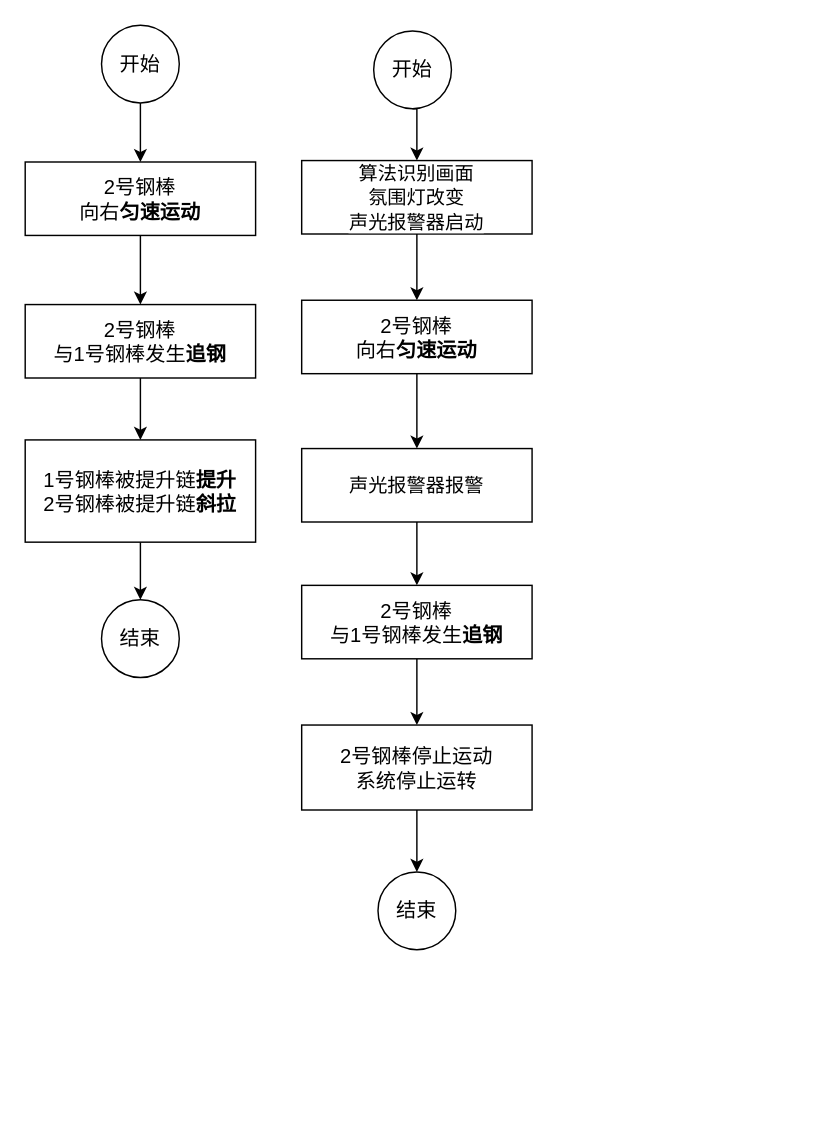
This is Untitled Diagram.drawio from LucasGoodman/draw.io, a draw.io file, before an edit. Source tidied: cells renumbered, new cells numbered last; positions are measured from the earlier drawing's top-left corner, leaving out a move shared by most shapes. Both pictures are drawn from the tidied source at 144%, with x=0, y=0 at pixel (24, 24).
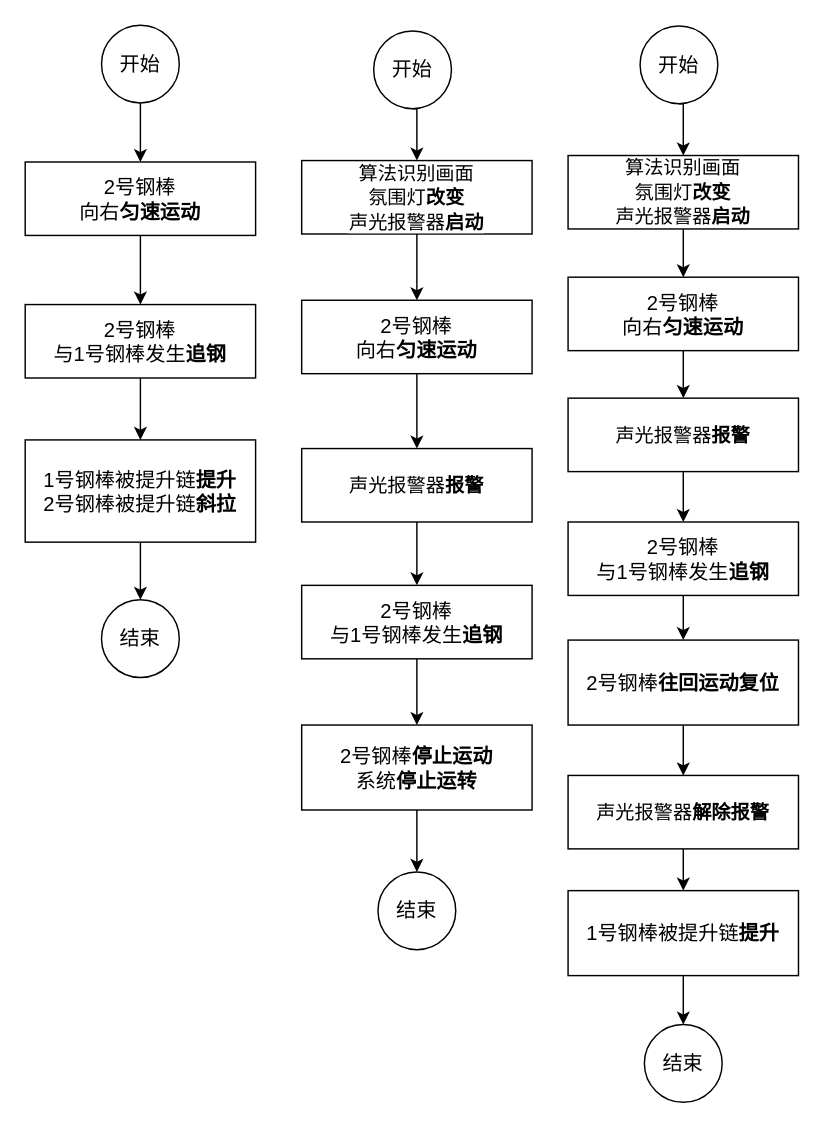
After the change.

The edit, as a diff of the source:
```diff
@@
-    <mxCell id="16" value="2号钢棒停止运动&lt;br&gt;系统停止运转" style="rounded=0;whiteSpace=wrap;html=1;fontSize=14;" parent="1" vertex="1">
+    <mxCell id="16" value="2号钢棒&lt;b&gt;停止运动&lt;/b&gt;&lt;br&gt;系统&lt;b&gt;停止运转&lt;/b&gt;" style="rounded=0;whiteSpace=wrap;html=1;fontSize=14;" parent="1" vertex="1">
       <mxGeometry x="192" y="486" width="160" height="59" as="geometry" />
     </mxCell>
@@
-    <mxCell id="21" value="&lt;span style=&quot;font-family: &amp;#34;arial&amp;#34; ; font-size: 13.3333px ; text-align: left ; background-color: rgb(255 , 255 , 255)&quot;&gt;算法识别画面&lt;br&gt;氛围灯改变&lt;br&gt;声光报警器启动&lt;br&gt;&lt;/span&gt;" style="rounded=0;whiteSpace=wrap;html=1;fontSize=14;" parent="1" vertex="1">
+    <mxCell id="21" value="&lt;span style=&quot;font-family: &amp;#34;arial&amp;#34; ; font-size: 13.3333px ; text-align: left ; background-color: rgb(255 , 255 , 255)&quot;&gt;算法识别画面&lt;br&gt;氛围灯&lt;b&gt;改变&lt;/b&gt;&lt;br&gt;声光报警器&lt;b&gt;启动&lt;/b&gt;&lt;br&gt;&lt;/span&gt;" style="rounded=0;whiteSpace=wrap;html=1;fontSize=14;" parent="1" vertex="1">
       <mxGeometry x="192" y="94" width="160" height="51" as="geometry" />
     </mxCell>
@@
-    <mxCell id="23" value="&lt;div style=&quot;text-align: left&quot;&gt;&lt;font face=&quot;arial&quot;&gt;&lt;span style=&quot;font-size: 13.3333px ; background-color: rgb(255 , 255 , 255)&quot;&gt;声光报警器报警&lt;/span&gt;&lt;/font&gt;&lt;/div&gt;" style="rounded=0;whiteSpace=wrap;html=1;fontSize=14;" parent="1" vertex="1">
+    <mxCell id="23" value="&lt;div style=&quot;text-align: left&quot;&gt;&lt;font face=&quot;arial&quot;&gt;&lt;span style=&quot;font-size: 13.3333px ; background-color: rgb(255 , 255 , 255)&quot;&gt;声光报警器&lt;b&gt;报警&lt;/b&gt;&lt;/span&gt;&lt;/font&gt;&lt;/div&gt;" style="rounded=0;whiteSpace=wrap;html=1;fontSize=14;" parent="1" vertex="1">
       <mxGeometry x="192" y="294" width="160" height="51" as="geometry" />
     </mxCell>
+    <mxCell id="24" style="edgeStyle=orthogonalEdgeStyle;rounded=0;jettySize=auto;html=1;exitX=0.5;exitY=1;exitDx=0;exitDy=0;entryX=0.5;entryY=0;entryDx=0;entryDy=0;fontSize=14;" parent="1" edge="1" source="25" target="36">
+      <mxGeometry relative="1" as="geometry" />
+    </mxCell>
+    <mxCell id="25" value="2号钢棒&lt;br style=&quot;font-size: 14px&quot;&gt;向右&lt;b&gt;匀速运动&lt;/b&gt;" style="rounded=0;whiteSpace=wrap;html=1;fontSize=14;" parent="1" vertex="1">
+      <mxGeometry x="377" y="175" width="160" height="51" as="geometry" />
+    </mxCell>
+    <mxCell id="26" style="edgeStyle=orthogonalEdgeStyle;rounded=0;jettySize=auto;html=1;exitX=0.5;exitY=1;exitDx=0;exitDy=0;entryX=0.5;entryY=0;entryDx=0;entryDy=0;fontSize=14;" parent="1" edge="1" source="27" target="29">
+      <mxGeometry relative="1" as="geometry" />
+    </mxCell>
+    <mxCell id="27" value="2号钢棒&lt;br style=&quot;font-size: 14px&quot;&gt;与1号钢棒发生&lt;b&gt;追钢&lt;/b&gt;" style="rounded=0;whiteSpace=wrap;html=1;fontSize=14;" parent="1" vertex="1">
+      <mxGeometry x="377" y="345" width="160" height="51" as="geometry" />
+    </mxCell>
+    <mxCell id="28" style="edgeStyle=orthogonalEdgeStyle;rounded=0;jettySize=auto;html=1;exitX=0.5;exitY=1;exitDx=0;exitDy=0;" parent="1" edge="1" source="29" target="40">
+      <mxGeometry relative="1" as="geometry" />
+    </mxCell>
+    <mxCell id="29" value="2号钢棒&lt;b&gt;往回运动复位&lt;/b&gt;" style="rounded=0;whiteSpace=wrap;html=1;fontSize=14;" parent="1" vertex="1">
+      <mxGeometry x="377" y="427" width="160" height="59" as="geometry" />
+    </mxCell>
+    <mxCell id="30" style="edgeStyle=orthogonalEdgeStyle;rounded=0;jettySize=auto;html=1;exitX=0.5;exitY=1;exitDx=0;exitDy=0;entryX=0.5;entryY=0;entryDx=0;entryDy=0;fontSize=14;" parent="1" edge="1" source="31" target="34">
+      <mxGeometry relative="1" as="geometry" />
+    </mxCell>
+    <mxCell id="31" value="开始" style="ellipse;whiteSpace=wrap;html=1;fontSize=14;" parent="1" vertex="1">
+      <mxGeometry x="427" y="0.5" width="54" height="54" as="geometry" />
+    </mxCell>
+    <mxCell id="32" value="结束" style="ellipse;whiteSpace=wrap;html=1;fontSize=14;" parent="1" vertex="1">
+      <mxGeometry x="430" y="694" width="54" height="54" as="geometry" />
+    </mxCell>
+    <mxCell id="33" style="edgeStyle=orthogonalEdgeStyle;rounded=0;jettySize=auto;html=1;exitX=0.5;exitY=1;exitDx=0;exitDy=0;entryX=0.5;entryY=0;entryDx=0;entryDy=0;fontSize=14;" parent="1" edge="1" source="34" target="25">
+      <mxGeometry relative="1" as="geometry" />
+    </mxCell>
+    <mxCell id="34" value="&lt;span style=&quot;font-family: &amp;#34;arial&amp;#34; ; font-size: 13.3333px ; text-align: left ; background-color: rgb(255 , 255 , 255)&quot;&gt;算法识别画面&lt;br&gt;氛围灯&lt;b&gt;改变&lt;/b&gt;&lt;br&gt;声光报警器&lt;b&gt;启动&lt;/b&gt;&lt;br&gt;&lt;/span&gt;" style="rounded=0;whiteSpace=wrap;html=1;fontSize=14;" parent="1" vertex="1">
+      <mxGeometry x="377" y="90.5" width="160" height="51" as="geometry" />
+    </mxCell>
+    <mxCell id="35" style="edgeStyle=orthogonalEdgeStyle;rounded=0;jettySize=auto;html=1;exitX=0.5;exitY=1;exitDx=0;exitDy=0;fontSize=14;" parent="1" edge="1" source="36" target="27">
+      <mxGeometry relative="1" as="geometry" />
+    </mxCell>
+    <mxCell id="36" value="&lt;div style=&quot;text-align: left&quot;&gt;&lt;font face=&quot;arial&quot;&gt;&lt;span style=&quot;font-size: 13.3333px ; background-color: rgb(255 , 255 , 255)&quot;&gt;声光报警器&lt;b&gt;报警&lt;/b&gt;&lt;/span&gt;&lt;/font&gt;&lt;/div&gt;" style="rounded=0;whiteSpace=wrap;html=1;fontSize=14;" parent="1" vertex="1">
+      <mxGeometry x="377" y="259" width="160" height="51" as="geometry" />
+    </mxCell>
+    <mxCell id="37" style="edgeStyle=orthogonalEdgeStyle;rounded=0;jettySize=auto;html=1;exitX=0.5;exitY=1;exitDx=0;exitDy=0;entryX=0.5;entryY=0;entryDx=0;entryDy=0;" parent="1" edge="1" source="38" target="32">
+      <mxGeometry relative="1" as="geometry" />
+    </mxCell>
+    <mxCell id="38" value="1号钢棒被提升链&lt;b&gt;提升&lt;/b&gt;" style="rounded=0;whiteSpace=wrap;html=1;fontSize=14;" parent="1" vertex="1">
+      <mxGeometry x="377" y="601" width="160" height="59" as="geometry" />
+    </mxCell>
+    <mxCell id="39" style="edgeStyle=orthogonalEdgeStyle;rounded=0;jettySize=auto;html=1;exitX=0.5;exitY=1;exitDx=0;exitDy=0;" parent="1" edge="1" source="40" target="38">
+      <mxGeometry relative="1" as="geometry" />
+    </mxCell>
+    <mxCell id="40" value="&lt;div style=&quot;text-align: left&quot;&gt;&lt;font face=&quot;arial&quot;&gt;&lt;span style=&quot;font-size: 13.3333px ; background-color: rgb(255 , 255 , 255)&quot;&gt;声光报警器&lt;b&gt;解除报警&lt;/b&gt;&lt;/span&gt;&lt;/font&gt;&lt;/div&gt;" style="rounded=0;whiteSpace=wrap;html=1;fontSize=14;" parent="1" vertex="1">
+      <mxGeometry x="377" y="521" width="160" height="51" as="geometry" />
+    </mxCell>
```
